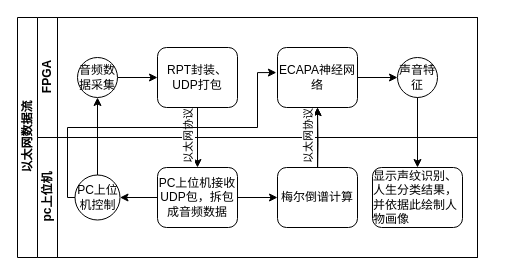
This is ethernet_stream.drawio from Cricle7/Network, a draw.io file, before an edit. Source tidied: cells renumbered, new cells numbered last; positions are measured from the earlier drawing's top-left corner, leaving out a move shared by most shapes. Both pictures are drawn from the tidied source at 100%, with x=0, y=0 at pixel (17, 17).
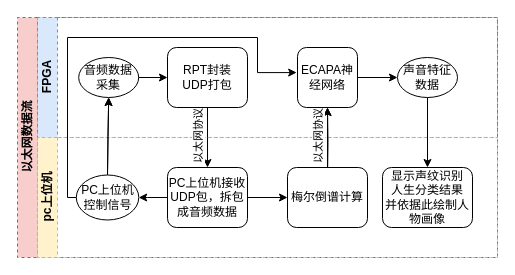
The same page after the edit.

What changed in the source:
```diff
@@
-    <mxCell id="2" value="以太网数据流" style="swimlane;html=1;horizontal=0;startSize=20;" parent="1" vertex="1">
-      <mxGeometry width="460" height="240" as="geometry" />
+    <mxCell id="2" value="以太网数据流" style="swimlane;html=1;horizontal=0;startSize=20;fillColor=#f8cecc;strokeColor=#b85450;dashed=1;" parent="1" vertex="1">
+      <mxGeometry width="480" height="240" as="geometry" />
     </mxCell>
+    <mxCell id="5" value="FPGA" style="swimlane;html=1;startSize=20;horizontal=0;fillColor=#dae8fc;strokeColor=#6c8ebf;dashed=1;" parent="2" vertex="1">
+      <mxGeometry x="20" width="460" height="120" as="geometry" />
+    </mxCell>
+    <mxCell id="7" value="音频数据采集" style="ellipse;whiteSpace=wrap;html=1;" parent="5" vertex="1">
+      <mxGeometry x="41.2" y="40" width="60" height="40" as="geometry" />
+    </mxCell>
+    <mxCell id="11" value="声音特征数据" style="ellipse;whiteSpace=wrap;html=1;" parent="5" vertex="1">
+      <mxGeometry x="360" y="40" width="60" height="40" as="geometry" />
+    </mxCell>
+    <mxCell id="12" value="pc上位机" style="swimlane;html=1;startSize=20;horizontal=0;fillColor=#fff2cc;strokeColor=#d6b656;dashed=1;" parent="2" vertex="1">
+      <mxGeometry x="20" y="120" width="460" height="120" as="geometry" />
+    </mxCell>
+    <mxCell id="16" value="PC上位机控制信号" style="ellipse;whiteSpace=wrap;html=1;fontColor=#000000;rounded=0;" parent="12" vertex="1">
+      <mxGeometry x="38.8" y="37.5" width="62.5" height="45" as="geometry" />
+    </mxCell>
-    <mxCell id="3" style="edgeStyle=orthogonalEdgeStyle;rounded=0;jettySize=auto;html=1;dashed=1;endArrow=none;endFill=0;" parent="2" edge="1" source="8" target="15">
+    <mxCell id="3" style="edgeStyle=orthogonalEdgeStyle;rounded=0;jettySize=auto;html=1;dashed=1;endArrow=none;endFill=0;" parent="12" edge="1" source="8" target="15">
       <mxGeometry relative="1" as="geometry" />
     </mxCell>
-    <mxCell id="4" style="edgeStyle=orthogonalEdgeStyle;rounded=0;jettySize=auto;html=1;endArrow=classic;endFill=1;" parent="2" edge="1" target="10">
+    <mxCell id="4" style="edgeStyle=orthogonalEdgeStyle;rounded=0;jettySize=auto;html=1;endArrow=classic;endFill=1;" parent="12" edge="1" target="10">
       <mxGeometry relative="1" as="geometry">
-        <mxPoint x="300" y="160" as="sourcePoint" />
+        <mxPoint x="290" y="40" as="sourcePoint" />
       </mxGeometry>
     </mxCell>
-    <mxCell id="5" value="FPGA" style="swimlane;html=1;startSize=20;horizontal=0;" parent="2" vertex="1">
-      <mxGeometry x="20" width="440" height="120" as="geometry" />
-    </mxCell>
-    <mxCell id="6" style="edgeStyle=orthogonalEdgeStyle;rounded=0;jettySize=auto;html=1;" parent="5" edge="1" source="7" target="8">
-      <mxGeometry relative="1" as="geometry" />
-    </mxCell>
-    <mxCell id="7" value="音频数据采集" style="ellipse;whiteSpace=wrap;html=1;" parent="5" vertex="1">
-      <mxGeometry x="40" y="40" width="40" height="40" as="geometry" />
-    </mxCell>
-    <mxCell id="8" value="RPT封装、UDP打包" style="rounded=1;whiteSpace=wrap;html=1;fontFamily=Helvetica;fontSize=12;fontColor=#000000;align=center;shadow=0;" parent="5" vertex="1">
-      <mxGeometry x="120" y="30" width="80" height="60" as="geometry" />
+    <mxCell id="8" value="RPT封装&lt;div&gt;UDP打包&lt;/div&gt;" style="rounded=1;whiteSpace=wrap;html=1;fontFamily=Helvetica;fontSize=12;fontColor=#000000;align=center;shadow=0;" parent="12" vertex="1">
+      <mxGeometry x="130" y="-90" width="80" height="60" as="geometry" />
     </mxCell>
-    <mxCell id="9" style="edgeStyle=orthogonalEdgeStyle;rounded=0;jettySize=auto;html=1;endArrow=classic;endFill=1;" parent="5" edge="1" source="10" target="11">
-      <mxGeometry relative="1" as="geometry" />
-    </mxCell>
-    <mxCell id="10" value="ECAPA神经网络" style="rounded=1;whiteSpace=wrap;html=1;fontFamily=Helvetica;fontSize=12;fontColor=#000000;align=center;" parent="5" vertex="1">
-      <mxGeometry x="240" y="30" width="80" height="60" as="geometry" />
+    <mxCell id="10" value="ECAPA神经网络" style="rounded=1;whiteSpace=wrap;html=1;fontFamily=Helvetica;fontSize=12;align=center;" parent="12" vertex="1">
+      <mxGeometry x="260" y="-90" width="60" height="60" as="geometry" />
     </mxCell>
-    <mxCell id="11" value="声音特征" style="ellipse;whiteSpace=wrap;html=1;" parent="5" vertex="1">
-      <mxGeometry x="360" y="40" width="40" height="40" as="geometry" />
-    </mxCell>
-    <mxCell id="12" value="pc上位机" style="swimlane;html=1;startSize=20;horizontal=0;" parent="2" vertex="1">
-      <mxGeometry x="20" y="120" width="440" height="120" as="geometry" />
-    </mxCell>
+    <mxCell id="25" style="edgeStyle=orthogonalEdgeStyle;rounded=0;jettySize=auto;html=1;entryX=-0.014;entryY=0.418;entryDx=0;entryDy=0;exitX=0;exitY=0.5;exitDx=0;exitDy=0;entryPerimeter=0;" parent="12" edge="1" source="16" target="10">
+      <mxGeometry relative="1" as="geometry">
+        <Array as="points">
+          <mxPoint x="30" y="60" />
+          <mxPoint x="30" y="-100" />
+          <mxPoint x="220" y="-100" />
+          <mxPoint x="220" y="-65" />
+        </Array>
+      </mxGeometry>
+    </mxCell>
-    <mxCell id="13" style="edgeStyle=orthogonalEdgeStyle;rounded=0;jettySize=auto;html=1;" parent="12" edge="1" source="15" target="16">
-      <mxGeometry relative="1" as="geometry" />
+    <mxCell id="13" style="edgeStyle=orthogonalEdgeStyle;rounded=0;jettySize=auto;html=1;" parent="12" edge="1" source="15">
+      <mxGeometry relative="1" as="geometry">
+        <mxPoint x="101.2" y="60" as="targetPoint" />
+      </mxGeometry>
     </mxCell>
@@
-    <mxCell id="15" value="PC上位机接收UDP包，拆包成音频数据" style="rounded=1;whiteSpace=wrap;html=1;fontFamily=Helvetica;fontSize=12;fontColor=#000000;align=center;" parent="12" vertex="1">
-      <mxGeometry x="120" y="30" width="80" height="60" as="geometry" />
+    <mxCell id="15" value="&lt;div style=&quot;&quot;&gt;&lt;span style=&quot;background-color: initial;&quot;&gt;PC上位机接收UDP包，拆包成音频数据&lt;/span&gt;&lt;/div&gt;" style="rounded=1;whiteSpace=wrap;html=1;fontFamily=Helvetica;fontSize=12;fontColor=#000000;align=center;" parent="12" vertex="1">
+      <mxGeometry x="130" y="30" width="80" height="60" as="geometry" />
     </mxCell>
-    <mxCell id="16" value="PC上位机控制" style="ellipse;whiteSpace=wrap;html=1;fontColor=#000000;rounded=0;" parent="12" vertex="1">
-      <mxGeometry x="37.5" y="37.5" width="45" height="45" as="geometry" />
-    </mxCell>
     <mxCell id="17" value="梅尔倒谱计算" style="whiteSpace=wrap;html=1;fontColor=#000000;rounded=1;glass=0;" parent="12" vertex="1">
-      <mxGeometry x="240" y="30" width="80" height="60" as="geometry" />
+      <mxGeometry x="250" y="30" width="80" height="60" as="geometry" />
     </mxCell>
-    <mxCell id="18" value="&lt;div style=&quot;text-align: start;&quot;&gt;&lt;span style=&quot;background-color: initial;&quot;&gt;显示声纹识别、人生分类结果，并依据此绘制人物画像&lt;/span&gt;&lt;/div&gt;" style="whiteSpace=wrap;html=1;rounded=1;" parent="12" vertex="1">
-      <mxGeometry x="335" y="30" width="90" height="60" as="geometry" />
+    <mxCell id="18" value="&lt;div style=&quot;&quot;&gt;&lt;span style=&quot;background-color: initial;&quot;&gt;显示声纹识别&lt;/span&gt;&lt;/div&gt;&lt;div style=&quot;&quot;&gt;&lt;span style=&quot;background-color: initial;&quot;&gt;人生分类结果&lt;/span&gt;&lt;/div&gt;&lt;div style=&quot;&quot;&gt;&lt;span style=&quot;background-color: initial;&quot;&gt;并依据此绘制人物画像&lt;/span&gt;&lt;/div&gt;" style="whiteSpace=wrap;html=1;rounded=1;align=center;" parent="12" vertex="1">
+      <mxGeometry x="345" y="30" width="90" height="60" as="geometry" />
     </mxCell>
-    <mxCell id="19" style="edgeStyle=orthogonalEdgeStyle;rounded=0;jettySize=auto;html=1;entryX=0.5;entryY=1;entryDx=0;entryDy=0;" parent="2" edge="1" source="16" target="7">
-      <mxGeometry relative="1" as="geometry" />
+    <mxCell id="19" style="edgeStyle=orthogonalEdgeStyle;rounded=0;jettySize=auto;html=1;entryX=0.5;entryY=1;entryDx=0;entryDy=0;" parent="12" edge="1" target="7">
+      <mxGeometry relative="1" as="geometry">
+        <mxPoint x="70" y="37.5" as="sourcePoint" />
+      </mxGeometry>
     </mxCell>
-    <mxCell id="20" style="edgeStyle=orthogonalEdgeStyle;rounded=0;jettySize=auto;html=1;exitX=0.5;exitY=1;exitDx=0;exitDy=0;" parent="2" edge="1" source="8">
+    <mxCell id="20" style="edgeStyle=orthogonalEdgeStyle;rounded=0;jettySize=auto;html=1;exitX=0.5;exitY=1;exitDx=0;exitDy=0;" parent="12" edge="1" source="8">
       <mxGeometry relative="1" as="geometry">
-        <mxPoint x="180" y="150" as="targetPoint" />
+        <mxPoint x="170" y="30" as="targetPoint" />
       </mxGeometry>
     </mxCell>
@@
-    <mxCell id="22" style="edgeStyle=orthogonalEdgeStyle;rounded=0;jettySize=auto;html=1;" parent="2" edge="1" source="17" target="10">
+    <mxCell id="22" style="edgeStyle=orthogonalEdgeStyle;rounded=0;jettySize=auto;html=1;" parent="12" edge="1" source="17" target="10">
       <mxGeometry relative="1" as="geometry" />
     </mxCell>
@@
+    <mxCell id="26" style="edgeStyle=orthogonalEdgeStyle;rounded=0;jettySize=auto;html=1;" parent="12" edge="1" target="7">
+      <mxGeometry relative="1" as="geometry">
+        <mxPoint x="70" y="37.5" as="sourcePoint" />
+      </mxGeometry>
+    </mxCell>
+    <mxCell id="6" style="edgeStyle=orthogonalEdgeStyle;rounded=0;jettySize=auto;html=1;" parent="2" edge="1" source="7" target="8">
+      <mxGeometry relative="1" as="geometry" />
+    </mxCell>
+    <mxCell id="9" style="edgeStyle=orthogonalEdgeStyle;rounded=0;jettySize=auto;html=1;endArrow=classic;endFill=1;" parent="2" edge="1" source="10" target="11">
+      <mxGeometry relative="1" as="geometry" />
+    </mxCell>
@@
-    <mxCell id="25" style="edgeStyle=orthogonalEdgeStyle;rounded=0;jettySize=auto;html=1;entryX=-0.014;entryY=0.418;entryDx=0;entryDy=0;exitX=0;exitY=0.5;exitDx=0;exitDy=0;entryPerimeter=0;" parent="2" edge="1" source="16" target="10">
-      <mxGeometry relative="1" as="geometry">
-        <Array as="points">
-          <mxPoint x="50" y="180" />
-          <mxPoint x="50" y="110" />
-          <mxPoint x="240" y="110" />
-          <mxPoint x="240" y="55" />
-        </Array>
-      </mxGeometry>
-    </mxCell>
```
